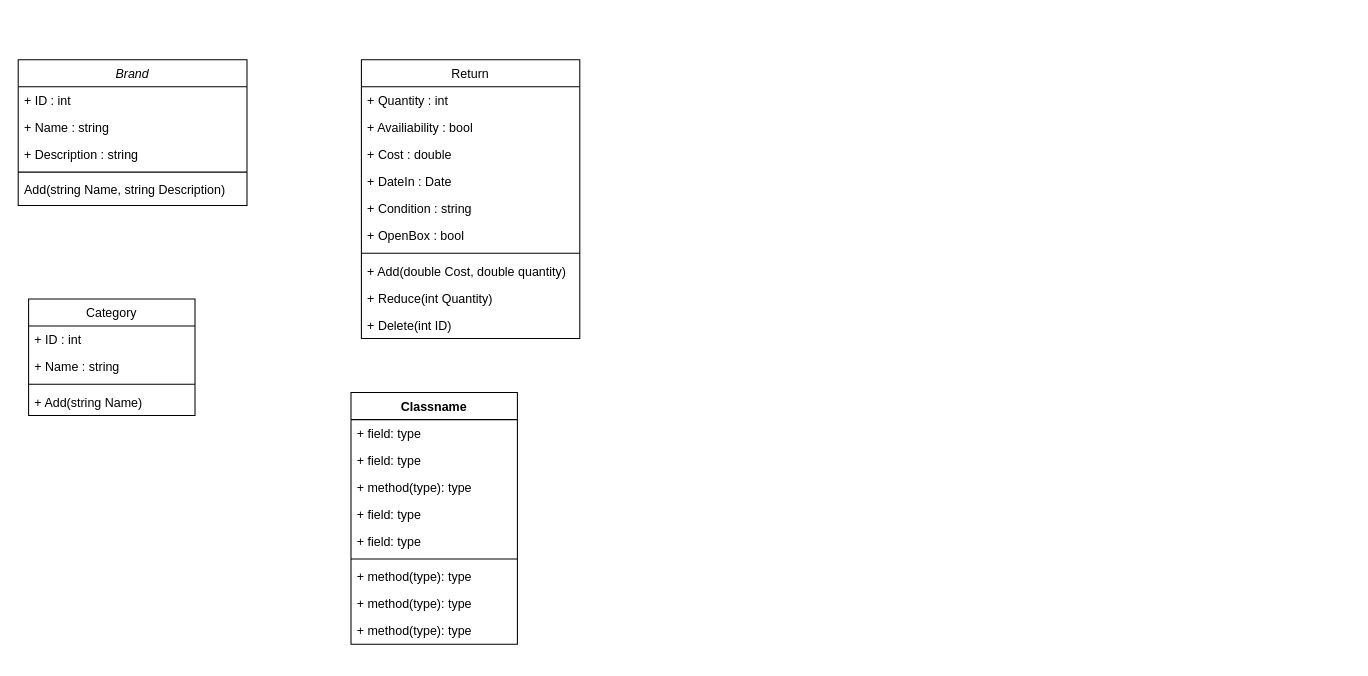
Above: EFM_Diagram_de_class.drawio in HoudaLa/EFM_Project (draw.io), before the change. Source tidied: cells renumbered, new cells numbered last; positions are measured from the earlier drawing's top-left corner, leaving out a move shared by most shapes. Both pictures are drawn from the tidied source at 104%, with x=0, y=0 at pixel (18, 59).
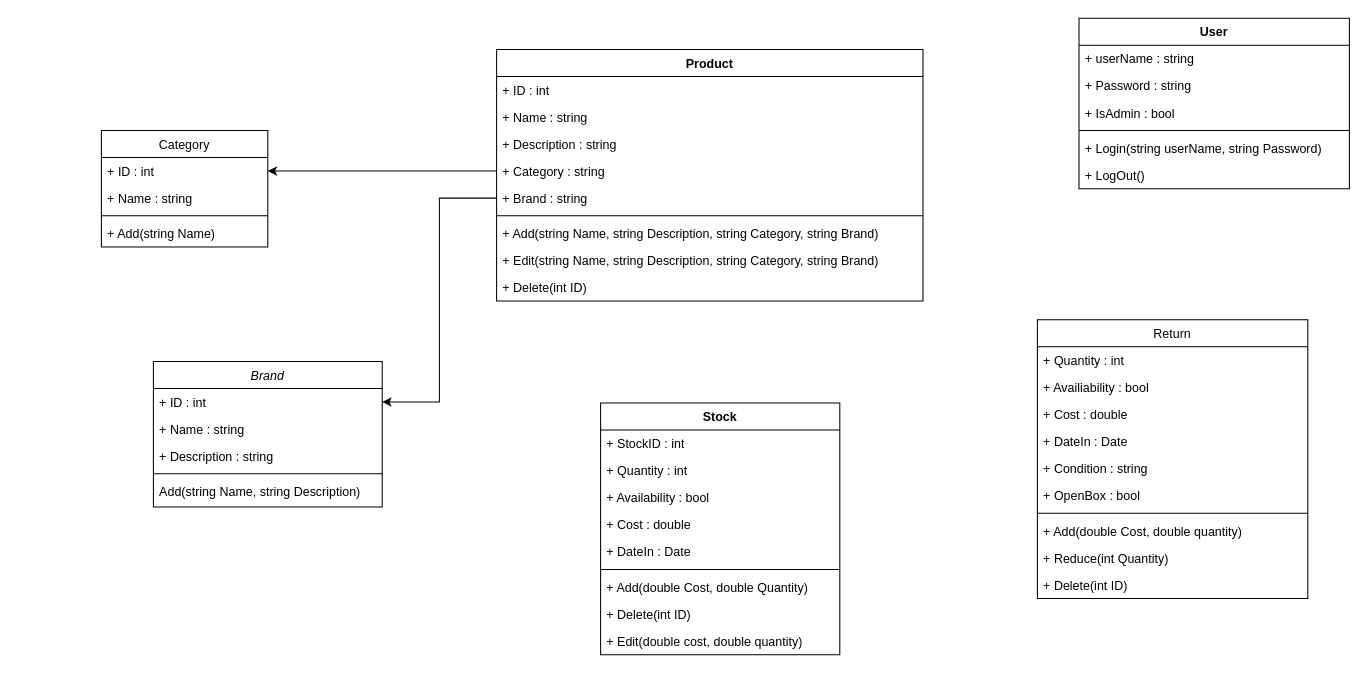
Above is the later version.

Commit message (it also covers changes not shown here):
Mettre à jour EFM_Diagram_de_class.drawio

Unchanged cells that the change refers to:
```xml
<mxCell id="3" value="+ ID : int" style="text;align=left;verticalAlign=top;spacingLeft=4;spacingRight=4;overflow=hidden;points=[[0,0.5],[1,0.5]];portConstraint=eastwest;" parent="2" vertex="1">
  <mxGeometry y="26" width="220" height="26" as="geometry" />
</mxCell>
<mxCell id="9" value="+ ID : int" style="text;align=left;verticalAlign=top;spacingLeft=4;spacingRight=4;overflow=hidden;points=[[0,0.5],[1,0.5]];portConstraint=eastwest;" parent="8" vertex="1">
  <mxGeometry y="26" width="160" height="26" as="geometry" />
</mxCell>
```

Change to the diagram source:
```diff
@@
     <mxCell id="2" value="Brand" style="swimlane;fontStyle=2;align=center;verticalAlign=top;horizontal=1;startSize=26;rounded=0;shadow=0;strokeWidth=1;" parent="1" vertex="1">
-      <mxGeometry width="220" height="140" as="geometry" />
+      <mxGeometry x="130" y="290" width="220" height="140" as="geometry" />
     </mxCell>
@@
     <mxCell id="8" value="Category" style="swimlane;fontStyle=0;align=center;verticalAlign=top;horizontal=1;startSize=26;rounded=0;shadow=0;strokeWidth=1;" parent="1" vertex="1">
-      <mxGeometry x="10" y="230" width="160" height="112" as="geometry" />
+      <mxGeometry x="80" y="68" width="160" height="112" as="geometry" />
     </mxCell>
@@
+    <mxCell id="24" value="Product" style="swimlane;fontStyle=1;align=center;verticalAlign=top;horizontal=1;startSize=26;whiteSpace=wrap;html=1;" parent="1" vertex="1">
+      <mxGeometry x="460" y="-10" width="410" height="242" as="geometry" />
+    </mxCell>
+    <mxCell id="25" value="+ ID : int" style="text;strokeColor=none;fillColor=none;align=left;verticalAlign=top;spacingLeft=4;spacingRight=4;overflow=hidden;whiteSpace=wrap;html=1;" parent="24" vertex="1">
+      <mxGeometry y="26" width="410" height="26" as="geometry" />
+    </mxCell>
+    <mxCell id="26" value="+ Name : string" style="text;strokeColor=none;fillColor=none;align=left;verticalAlign=top;spacingLeft=4;spacingRight=4;overflow=hidden;whiteSpace=wrap;html=1;" parent="24" vertex="1">
+      <mxGeometry y="52" width="410" height="26" as="geometry" />
+    </mxCell>
+    <mxCell id="27" value="+ Description : string" style="text;strokeColor=none;fillColor=none;align=left;verticalAlign=top;spacingLeft=4;spacingRight=4;overflow=hidden;whiteSpace=wrap;html=1;" parent="24" vertex="1">
+      <mxGeometry y="78" width="410" height="26" as="geometry" />
+    </mxCell>
+    <mxCell id="28" value="+ Category : string" style="text;strokeColor=none;fillColor=none;align=left;verticalAlign=top;spacingLeft=4;spacingRight=4;overflow=hidden;points=[[0,0.5],[1,0.5]];portConstraint=eastwest;whiteSpace=wrap;html=1;" parent="24" vertex="1">
+      <mxGeometry y="104" width="410" height="26" as="geometry" />
+    </mxCell>
+    <mxCell id="29" value="+ Brand : string" style="text;strokeColor=none;fillColor=none;align=left;verticalAlign=top;spacingLeft=4;spacingRight=4;overflow=hidden;points=[[0,0.5],[1,0.5]];portConstraint=eastwest;whiteSpace=wrap;html=1;" parent="24" vertex="1">
+      <mxGeometry y="130" width="410" height="26" as="geometry" />
+    </mxCell>
+    <mxCell id="30" style="line;strokeWidth=1;fillColor=none;align=left;verticalAlign=middle;spacingTop=-1;spacingLeft=3;spacingRight=3;labelPosition=right;strokeColor=inherit;" parent="24" vertex="1">
+      <mxGeometry y="156" width="410" height="8" as="geometry" />
+    </mxCell>
+    <mxCell id="31" value="+ Add(string Name, string Description, string Category, string Brand)" style="text;strokeColor=none;fillColor=none;align=left;verticalAlign=top;spacingLeft=4;spacingRight=4;overflow=hidden;whiteSpace=wrap;html=1;" parent="24" vertex="1">
+      <mxGeometry y="164" width="410" height="26" as="geometry" />
+    </mxCell>
+    <mxCell id="32" value="+ Edit(string Name, string Description, string Category, string Brand)" style="text;strokeColor=none;fillColor=none;align=left;verticalAlign=top;spacingLeft=4;spacingRight=4;overflow=hidden;whiteSpace=wrap;html=1;" parent="24" vertex="1">
+      <mxGeometry y="190" width="410" height="26" as="geometry" />
+    </mxCell>
+    <mxCell id="33" value="+ Delete(int ID)" style="text;strokeColor=none;fillColor=none;align=left;verticalAlign=top;spacingLeft=4;spacingRight=4;overflow=hidden;whiteSpace=wrap;html=1;" parent="24" vertex="1">
+      <mxGeometry y="216" width="410" height="26" as="geometry" />
+    </mxCell>
+    <mxCell id="34" value="User" style="swimlane;fontStyle=1;align=center;verticalAlign=top;horizontal=1;startSize=26;whiteSpace=wrap;html=1;" parent="1" vertex="1">
+      <mxGeometry x="1020" y="-40" width="260" height="164" as="geometry" />
+    </mxCell>
+    <mxCell id="35" value="+ userName : string" style="text;strokeColor=none;fillColor=none;align=left;verticalAlign=top;spacingLeft=4;spacingRight=4;overflow=hidden;whiteSpace=wrap;html=1;" parent="34" vertex="1">
+      <mxGeometry y="26" width="260" height="26" as="geometry" />
+    </mxCell>
+    <mxCell id="36" value="+ Password : string" style="text;strokeColor=none;fillColor=none;align=left;verticalAlign=top;spacingLeft=4;spacingRight=4;overflow=hidden;whiteSpace=wrap;html=1;" parent="34" vertex="1">
+      <mxGeometry y="52" width="260" height="26" as="geometry" />
+    </mxCell>
+    <mxCell id="37" value="+ IsAdmin : bool" style="text;strokeColor=none;fillColor=none;align=left;verticalAlign=top;spacingLeft=4;spacingRight=4;overflow=hidden;whiteSpace=wrap;html=1;" parent="34" vertex="1">
+      <mxGeometry y="78" width="260" height="26" as="geometry" />
+    </mxCell>
+    <mxCell id="38" style="line;strokeWidth=1;fillColor=none;align=left;verticalAlign=middle;spacingTop=-1;spacingLeft=3;spacingRight=3;labelPosition=right;strokeColor=inherit;" parent="34" vertex="1">
+      <mxGeometry y="104" width="260" height="8" as="geometry" />
+    </mxCell>
+    <mxCell id="39" value="+ Login(string userName, string Password)" style="text;strokeColor=none;fillColor=none;align=left;verticalAlign=top;spacingLeft=4;spacingRight=4;overflow=hidden;whiteSpace=wrap;html=1;" parent="34" vertex="1">
+      <mxGeometry y="112" width="260" height="26" as="geometry" />
+    </mxCell>
+    <mxCell id="40" value="+ LogOut()" style="text;strokeColor=none;fillColor=none;align=left;verticalAlign=top;spacingLeft=4;spacingRight=4;overflow=hidden;whiteSpace=wrap;html=1;" parent="34" vertex="1">
+      <mxGeometry y="138" width="260" height="26" as="geometry" />
+    </mxCell>
+    <mxCell id="41" value="Stock" style="swimlane;fontStyle=1;align=center;verticalAlign=top;horizontal=1;startSize=26;whiteSpace=wrap;html=1;" parent="1" vertex="1">
+      <mxGeometry x="560" y="330" width="230" height="242" as="geometry" />
+    </mxCell>
+    <mxCell id="42" value="+ StockID : int" style="text;strokeColor=none;fillColor=none;align=left;verticalAlign=top;spacingLeft=4;spacingRight=4;overflow=hidden;whiteSpace=wrap;html=1;" parent="41" vertex="1">
+      <mxGeometry y="26" width="230" height="26" as="geometry" />
+    </mxCell>
+    <mxCell id="43" value="+ Quantity : int" style="text;strokeColor=none;fillColor=none;align=left;verticalAlign=top;spacingLeft=4;spacingRight=4;overflow=hidden;whiteSpace=wrap;html=1;" parent="41" vertex="1">
+      <mxGeometry y="52" width="230" height="26" as="geometry" />
+    </mxCell>
+    <mxCell id="44" value="+ Availability : bool" style="text;strokeColor=none;fillColor=none;align=left;verticalAlign=top;spacingLeft=4;spacingRight=4;overflow=hidden;whiteSpace=wrap;html=1;" parent="41" vertex="1">
+      <mxGeometry y="78" width="230" height="26" as="geometry" />
+    </mxCell>
+    <mxCell id="45" value="+ Cost : double" style="text;strokeColor=none;fillColor=none;align=left;verticalAlign=top;spacingLeft=4;spacingRight=4;overflow=hidden;whiteSpace=wrap;html=1;" parent="41" vertex="1">
+      <mxGeometry y="104" width="230" height="26" as="geometry" />
+    </mxCell>
+    <mxCell id="46" value="+ DateIn : Date" style="text;strokeColor=none;fillColor=none;align=left;verticalAlign=top;spacingLeft=4;spacingRight=4;overflow=hidden;whiteSpace=wrap;html=1;" parent="41" vertex="1">
+      <mxGeometry y="130" width="230" height="26" as="geometry" />
+    </mxCell>
+    <mxCell id="47" style="line;strokeWidth=1;fillColor=none;align=left;verticalAlign=middle;spacingTop=-1;spacingLeft=3;spacingRight=3;labelPosition=right;strokeColor=inherit;" parent="41" vertex="1">
+      <mxGeometry y="156" width="230" height="8" as="geometry" />
+    </mxCell>
+    <mxCell id="48" value="+ Add(double Cost, double Quantity)" style="text;strokeColor=none;fillColor=none;align=left;verticalAlign=top;spacingLeft=4;spacingRight=4;overflow=hidden;whiteSpace=wrap;html=1;" parent="41" vertex="1">
+      <mxGeometry y="164" width="230" height="26" as="geometry" />
+    </mxCell>
+    <mxCell id="49" value="+ Delete(int ID)" style="text;strokeColor=none;fillColor=none;align=left;verticalAlign=top;spacingLeft=4;spacingRight=4;overflow=hidden;whiteSpace=wrap;html=1;" parent="41" vertex="1">
+      <mxGeometry y="190" width="230" height="26" as="geometry" />
+    </mxCell>
+    <mxCell id="50" value="+ Edit(double cost, double quantity)" style="text;strokeColor=none;fillColor=none;align=left;verticalAlign=top;spacingLeft=4;spacingRight=4;overflow=hidden;whiteSpace=wrap;html=1;" parent="41" vertex="1">
+      <mxGeometry y="216" width="230" height="26" as="geometry" />
+    </mxCell>
+    <mxCell id="51" style="edgeStyle=orthogonalEdgeStyle;rounded=0;jettySize=auto;html=1;exitX=0;exitY=0.5;exitDx=0;exitDy=0;entryX=1;entryY=0.5;entryDx=0;entryDy=0;" parent="1" edge="1" source="28" target="9">
+      <mxGeometry relative="1" as="geometry" />
+    </mxCell>
+    <mxCell id="52" style="edgeStyle=orthogonalEdgeStyle;rounded=0;jettySize=auto;html=1;exitX=0;exitY=0.5;exitDx=0;exitDy=0;entryX=1;entryY=0.5;entryDx=0;entryDy=0;" parent="1" edge="1" source="29" target="3">
+      <mxGeometry relative="1" as="geometry" />
+    </mxCell>
     <mxCell id="13" value="Return" style="swimlane;fontStyle=0;align=center;verticalAlign=top;horizontal=1;startSize=26;rounded=0;shadow=0;strokeWidth=1;" parent="1" vertex="1">
-      <mxGeometry x="330" width="210" height="268" as="geometry" />
+      <mxGeometry x="980" y="250" width="260" height="268" as="geometry" />
     </mxCell>
     <mxCell id="14" value="+ Quantity : int" style="text;align=left;verticalAlign=top;spacingLeft=4;spacingRight=4;overflow=hidden;" parent="13" vertex="1">
-      <mxGeometry y="26" width="210" height="26" as="geometry" />
+      <mxGeometry y="26" width="260" height="26" as="geometry" />
     </mxCell>
     <mxCell id="15" value="+ Availiability : bool" style="text;align=left;verticalAlign=top;spacingLeft=4;spacingRight=4;overflow=hidden;rounded=0;shadow=0;html=0;" parent="13" vertex="1">
-      <mxGeometry y="52" width="210" height="26" as="geometry" />
+      <mxGeometry y="52" width="260" height="26" as="geometry" />
     </mxCell>
     <mxCell id="16" value="+ Cost : double" style="text;align=left;verticalAlign=top;spacingLeft=4;spacingRight=4;overflow=hidden;rounded=0;shadow=0;html=0;" parent="13" vertex="1">
-      <mxGeometry y="78" width="210" height="26" as="geometry" />
+      <mxGeometry y="78" width="260" height="26" as="geometry" />
     </mxCell>
     <mxCell id="17" value="+ DateIn : Date" style="text;align=left;verticalAlign=top;spacingLeft=4;spacingRight=4;overflow=hidden;rounded=0;shadow=0;html=0;" parent="13" vertex="1">
-      <mxGeometry y="104" width="210" height="26" as="geometry" />
+      <mxGeometry y="104" width="260" height="26" as="geometry" />
     </mxCell>
     <mxCell id="18" value="+ Condition : string" style="text;align=left;verticalAlign=top;spacingLeft=4;spacingRight=4;overflow=hidden;rounded=0;shadow=0;html=0;" parent="13" vertex="1">
-      <mxGeometry y="130" width="210" height="26" as="geometry" />
+      <mxGeometry y="130" width="260" height="26" as="geometry" />
     </mxCell>
     <mxCell id="19" value="+ OpenBox : bool" style="text;align=left;verticalAlign=top;spacingLeft=4;spacingRight=4;overflow=hidden;" parent="13" vertex="1">
-      <mxGeometry y="156" width="210" height="26" as="geometry" />
+      <mxGeometry y="156" width="260" height="26" as="geometry" />
     </mxCell>
     <mxCell id="20" style="line;html=1;strokeWidth=1;align=left;verticalAlign=middle;spacingTop=-1;spacingLeft=3;spacingRight=3;labelPosition=right;" parent="13" vertex="1">
-      <mxGeometry y="182" width="210" height="8" as="geometry" />
+      <mxGeometry y="182" width="260" height="8" as="geometry" />
     </mxCell>
     <mxCell id="21" value="+ Add(double Cost, double quantity)" style="text;align=left;verticalAlign=top;spacingLeft=4;spacingRight=4;overflow=hidden;" parent="13" vertex="1">
-      <mxGeometry y="190" width="210" height="26" as="geometry" />
+      <mxGeometry y="190" width="260" height="26" as="geometry" />
     </mxCell>
     <mxCell id="22" value="+ Reduce(int Quantity)" style="text;align=left;verticalAlign=top;spacingLeft=4;spacingRight=4;overflow=hidden;" parent="13" vertex="1">
-      <mxGeometry y="216" width="210" height="26" as="geometry" />
+      <mxGeometry y="216" width="260" height="26" as="geometry" />
     </mxCell>
     <mxCell id="23" value="+ Delete(int ID)" style="text;align=left;verticalAlign=top;spacingLeft=4;spacingRight=4;overflow=hidden;" parent="13" vertex="1">
-      <mxGeometry y="242" width="210" height="26" as="geometry" />
+      <mxGeometry y="242" width="260" height="26" as="geometry" />
     </mxCell>
-    <mxCell id="24" value="Classname" style="swimlane;fontStyle=1;align=center;verticalAlign=top;horizontal=1;startSize=26;whiteSpace=wrap;html=1;" parent="1" vertex="1">
-      <mxGeometry x="320" y="320" width="160" height="242" as="geometry" />
-    </mxCell>
-    <mxCell id="25" value="+ field: type" style="text;strokeColor=none;fillColor=none;align=left;verticalAlign=top;spacingLeft=4;spacingRight=4;overflow=hidden;whiteSpace=wrap;html=1;" parent="24" vertex="1">
-      <mxGeometry y="26" width="160" height="26" as="geometry" />
-    </mxCell>
-    <mxCell id="26" value="+ field: type" style="text;strokeColor=none;fillColor=none;align=left;verticalAlign=top;spacingLeft=4;spacingRight=4;overflow=hidden;whiteSpace=wrap;html=1;" parent="24" vertex="1">
-      <mxGeometry y="52" width="160" height="26" as="geometry" />
-    </mxCell>
-    <mxCell id="27" value="+ method(type): type" style="text;strokeColor=none;fillColor=none;align=left;verticalAlign=top;spacingLeft=4;spacingRight=4;overflow=hidden;whiteSpace=wrap;html=1;" parent="24" vertex="1">
-      <mxGeometry y="78" width="160" height="26" as="geometry" />
-    </mxCell>
-    <mxCell id="28" value="+ field: type" style="text;strokeColor=none;fillColor=none;align=left;verticalAlign=top;spacingLeft=4;spacingRight=4;overflow=hidden;points=[[0,0.5],[1,0.5]];portConstraint=eastwest;whiteSpace=wrap;html=1;" parent="24" vertex="1">
-      <mxGeometry y="104" width="160" height="26" as="geometry" />
-    </mxCell>
-    <mxCell id="29" value="+ field: type" style="text;strokeColor=none;fillColor=none;align=left;verticalAlign=top;spacingLeft=4;spacingRight=4;overflow=hidden;points=[[0,0.5],[1,0.5]];portConstraint=eastwest;whiteSpace=wrap;html=1;" parent="24" vertex="1">
-      <mxGeometry y="130" width="160" height="26" as="geometry" />
-    </mxCell>
-    <mxCell id="30" style="line;strokeWidth=1;fillColor=none;align=left;verticalAlign=middle;spacingTop=-1;spacingLeft=3;spacingRight=3;labelPosition=right;strokeColor=inherit;" parent="24" vertex="1">
-      <mxGeometry y="156" width="160" height="8" as="geometry" />
-    </mxCell>
-    <mxCell id="31" value="+ method(type): type" style="text;strokeColor=none;fillColor=none;align=left;verticalAlign=top;spacingLeft=4;spacingRight=4;overflow=hidden;whiteSpace=wrap;html=1;" parent="24" vertex="1">
-      <mxGeometry y="164" width="160" height="26" as="geometry" />
-    </mxCell>
-    <mxCell id="32" value="+ method(type): type" style="text;strokeColor=none;fillColor=none;align=left;verticalAlign=top;spacingLeft=4;spacingRight=4;overflow=hidden;whiteSpace=wrap;html=1;" parent="24" vertex="1">
-      <mxGeometry y="190" width="160" height="26" as="geometry" />
-    </mxCell>
-    <mxCell id="33" value="+ method(type): type" style="text;strokeColor=none;fillColor=none;align=left;verticalAlign=top;spacingLeft=4;spacingRight=4;overflow=hidden;whiteSpace=wrap;html=1;" parent="24" vertex="1">
-      <mxGeometry y="216" width="160" height="26" as="geometry" />
-    </mxCell>
```
